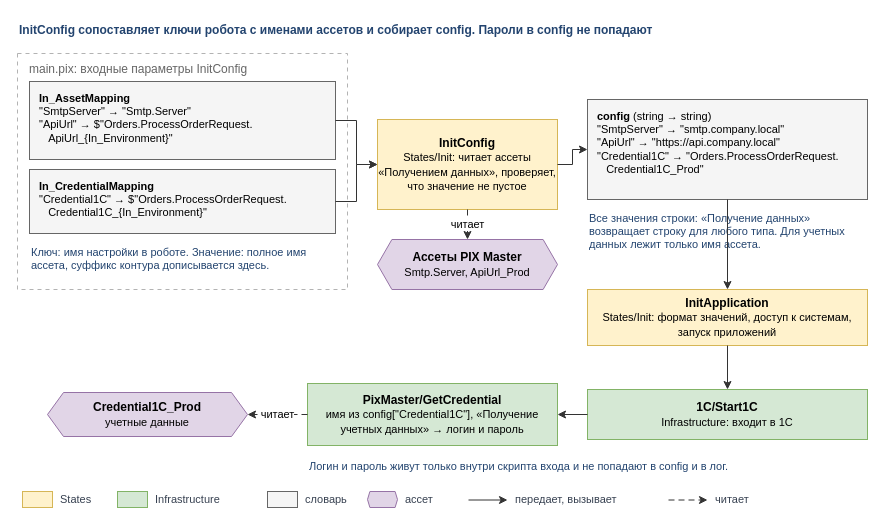
Before: page "config / config-init" (9 of 10) of images/diagrams.drawio in TheMrDJek/PixRpaDevelopmentConventions, a draw.io diagram. Source tidied: cells renumbered, new cells numbered last; positions are measured from the earlier drawing's top-left corner, leaving out a move shared by most shapes. Both pictures are drawn from the tidied source at 100%, with x=0, y=0 at pixel (17, 17).
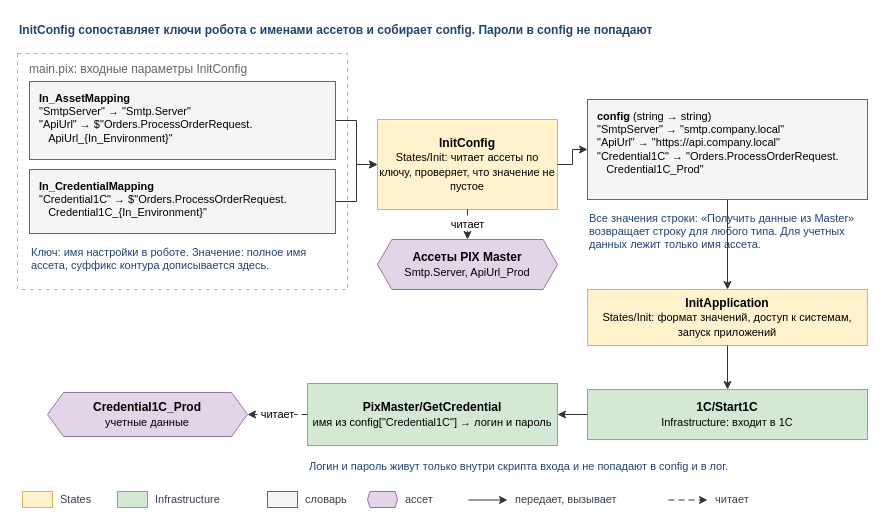
The same page after the edit.

Commit message (it also covers changes not shown here):
docs: config.md, вторая вычитка: входные параметры задачи, защищенные данные, названия активностей

What changed in the source:
```diff
@@
-    <mxCell id="7" value="&lt;b&gt;InitConfig&lt;/b&gt;&lt;br&gt;&lt;font style=&quot;font-size:11px&quot;&gt;States/Init: читает ассеты «Получением данных», проверяет, что значение не пустое&lt;/font&gt;" style="rounded=0;fillColor=#FFF2CC;strokeColor=#D6B656;strokeWidth=1;fontColor=#000000;fontSize=12;whiteSpace=wrap;html=1;fontFamily=Helvetica;" parent="1" vertex="1">
+    <mxCell id="7" value="&lt;b&gt;InitConfig&lt;/b&gt;&lt;br&gt;&lt;font style=&quot;font-size:11px&quot;&gt;States/Init: читает ассеты по ключу, проверяет, что значение не пустое&lt;/font&gt;" style="rounded=0;fillColor=#FFF2CC;strokeColor=#D6B656;strokeWidth=1;fontColor=#000000;fontSize=12;whiteSpace=wrap;html=1;fontFamily=Helvetica;" parent="1" vertex="1">
       <mxGeometry x="360" y="102" width="180" height="90" as="geometry" />
     </mxCell>
@@
-    <mxCell id="14" value="Все значения строки: «Получение данных» возвращает строку для любого типа. Для учетных данных лежит только имя ассета." style="text;strokeColor=none;fillColor=none;align=left;verticalAlign=top;fontSize=11;fontColor=#23446F;whiteSpace=wrap;html=1;fontFamily=Helvetica;" parent="1" vertex="1">
+    <mxCell id="14" value="Все значения строки: «Получить данные из Master» возвращает строку для любого типа. Для учетных данных лежит только имя ассета." style="text;strokeColor=none;fillColor=none;align=left;verticalAlign=top;fontSize=11;fontColor=#23446F;whiteSpace=wrap;html=1;fontFamily=Helvetica;" parent="1" vertex="1">
       <mxGeometry x="570" y="188" width="280" height="56" as="geometry" />
     </mxCell>
@@
-    <mxCell id="19" value="&lt;b&gt;PixMaster/GetCredential&lt;/b&gt;&lt;br&gt;&lt;font style=&quot;font-size:11px&quot;&gt;имя из config[&quot;Credential1C&quot;], «Получение учетных данных» → логин и пароль&lt;/font&gt;" style="rounded=0;fillColor=#D5E8D4;strokeColor=#82B366;strokeWidth=1;fontColor=#000000;fontSize=12;whiteSpace=wrap;html=1;fontFamily=Helvetica;" parent="1" vertex="1">
+    <mxCell id="19" value="&lt;b&gt;PixMaster/GetCredential&lt;/b&gt;&lt;br&gt;&lt;font style=&quot;font-size:11px&quot;&gt;имя из config[&quot;Credential1C&quot;] → логин и пароль&lt;/font&gt;" style="rounded=0;fillColor=#D5E8D4;strokeColor=#82B366;strokeWidth=1;fontColor=#000000;fontSize=12;whiteSpace=wrap;html=1;fontFamily=Helvetica;" parent="1" vertex="1">
       <mxGeometry x="290" y="366" width="250" height="62" as="geometry" />
     </mxCell>
```
